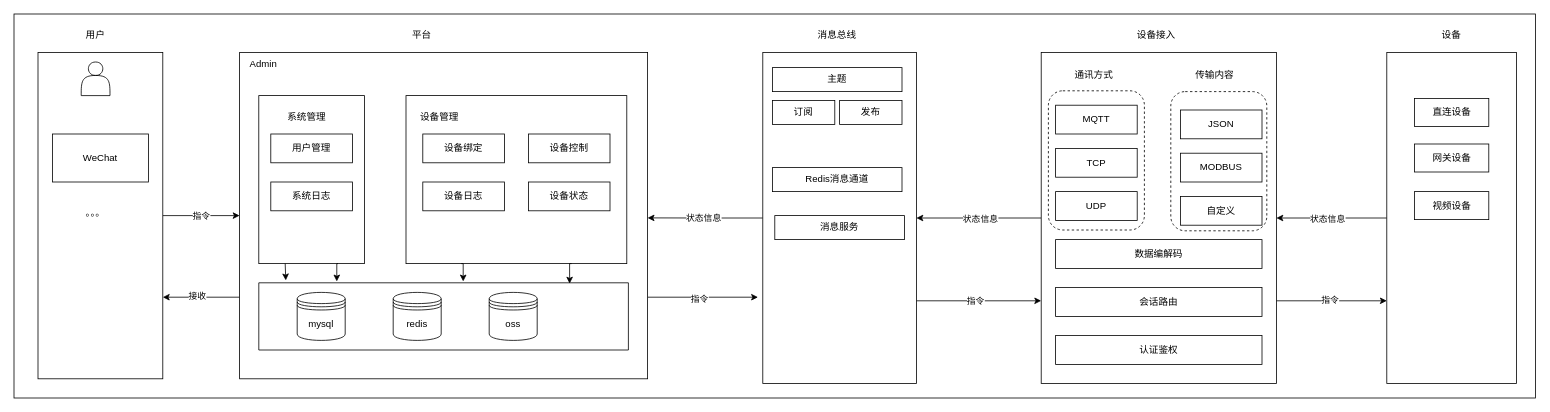
Before: FastPlatfrom.drawio in Jooolee/my-drawio, a draw.io diagram. Source tidied: cells renumbered, new cells numbered last; positions are measured from the earlier drawing's top-left corner, leaving out a move shared by most shapes. Both pictures are drawn from the tidied source at 80%, with x=0, y=0 at pixel (14, 14).
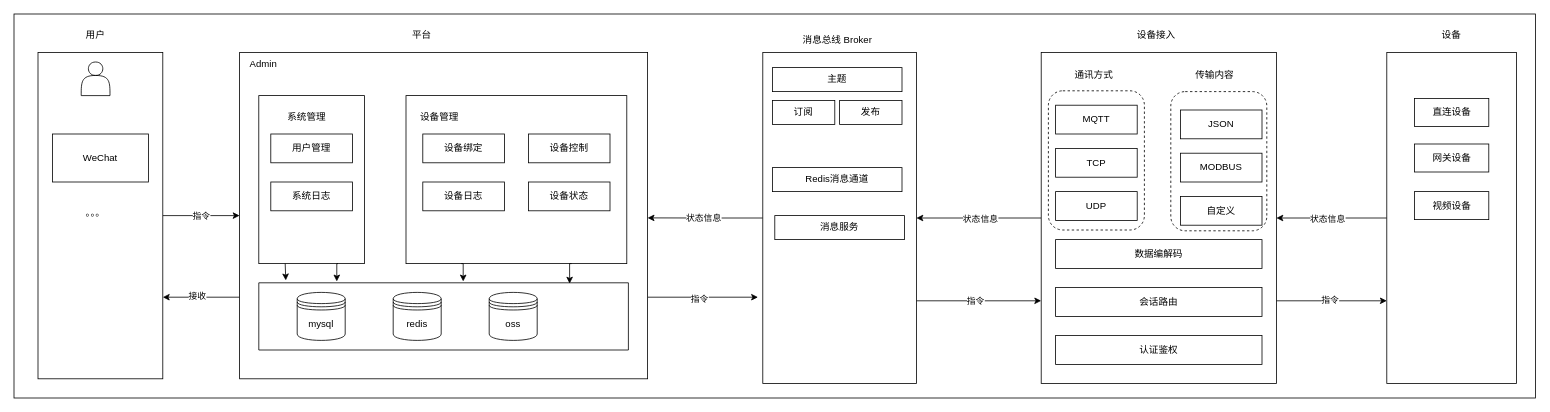
The same diagram, later.

What changed in the source:
```diff
@@
-    <mxCell id="56" value="消息总线" style="text;html=1;align=center;verticalAlign=middle;whiteSpace=wrap;rounded=0;" parent="1" vertex="1">
-      <mxGeometry x="999" y="12" width="60" height="30" as="geometry" />
+    <mxCell id="56" value="消息总线 Broker" style="text;html=1;align=center;verticalAlign=middle;whiteSpace=wrap;rounded=0;" parent="1" vertex="1">
+      <mxGeometry x="973.5" y="18" width="111" height="30" as="geometry" />
     </mxCell>
```
